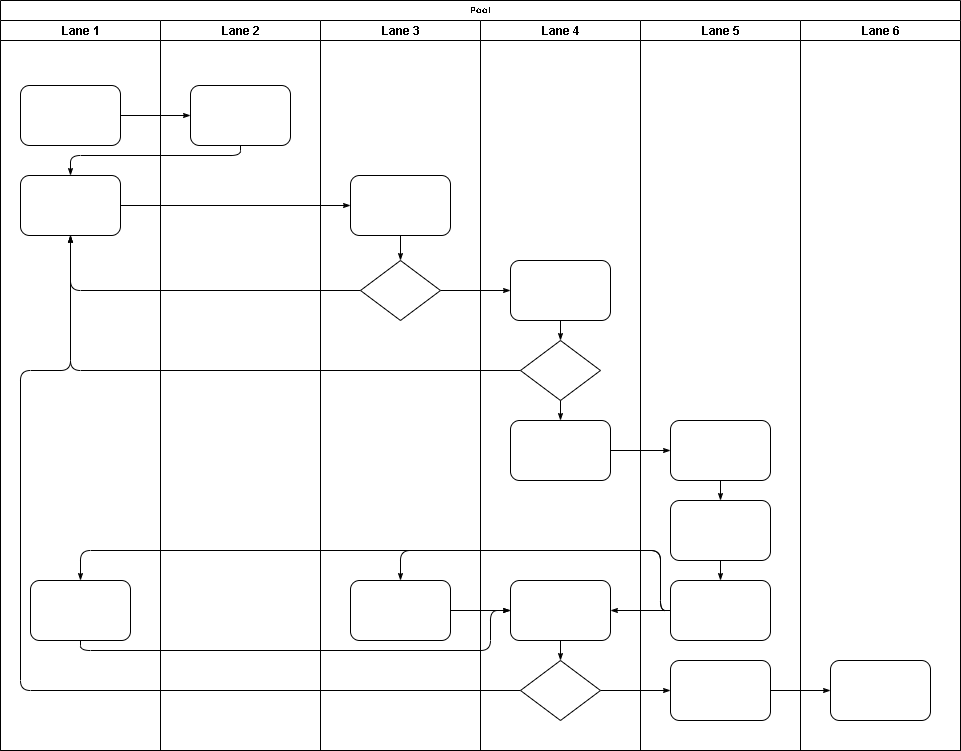
Before: replaywatchers.png, a diagram exported from draw.io (troke12/mikrotik). Source tidied: cells renumbered, new cells last; positions are measured from the earlier drawing's top-left corner, leaving out a move shared by most shapes. The source it was exported from:
```xml
<mxGraphModel background="#ffffff">
  <root>
    <mxCell id="0" />
    <mxCell id="1" parent="0" />
    <mxCell id="2" value="Pool" style="swimlane;html=1;startSize=20;rounded=0;shadow=0;labelBackgroundColor=none;strokeWidth=1;fontFamily=Verdana;fontSize=8;align=center;" parent="1" vertex="1">
      <mxGeometry width="960" height="750" as="geometry" />
    </mxCell>
    <mxCell id="3" value="Lane 1" style="swimlane;html=1;startSize=20;" parent="2" vertex="1">
      <mxGeometry y="20" width="160" height="730" as="geometry" />
    </mxCell>
    <mxCell id="4" style="rounded=1;whiteSpace=wrap;html=1;shadow=0;labelBackgroundColor=none;strokeWidth=1;fontFamily=Verdana;fontSize=8;align=center;" parent="3" vertex="1">
      <mxGeometry x="20" y="65" width="100" height="60" as="geometry" />
    </mxCell>
    <mxCell id="5" style="rounded=1;whiteSpace=wrap;html=1;shadow=0;labelBackgroundColor=none;strokeWidth=1;fontFamily=Verdana;fontSize=8;align=center;" parent="3" vertex="1">
      <mxGeometry x="20" y="155" width="100" height="60" as="geometry" />
    </mxCell>
    <mxCell id="6" style="rounded=1;whiteSpace=wrap;html=1;shadow=0;labelBackgroundColor=none;strokeWidth=1;fontFamily=Verdana;fontSize=8;align=center;" parent="3" vertex="1">
      <mxGeometry x="30" y="560" width="100" height="60" as="geometry" />
    </mxCell>
    <mxCell id="7" style="edgeStyle=orthogonalEdgeStyle;rounded=1;html=1;labelBackgroundColor=none;startArrow=none;startFill=0;startSize=5;endArrow=classicThin;endFill=1;endSize=5;jettySize=auto;strokeWidth=1;fontFamily=Verdana;fontSize=8;" parent="2" edge="1" source="4" target="23">
      <mxGeometry relative="1" as="geometry" />
    </mxCell>
    <mxCell id="8" style="edgeStyle=orthogonalEdgeStyle;rounded=1;html=1;labelBackgroundColor=none;startArrow=none;startFill=0;startSize=5;endArrow=classicThin;endFill=1;endSize=5;jettySize=auto;strokeWidth=1;fontFamily=Verdana;fontSize=8;" parent="2" edge="1" source="23" target="5">
      <mxGeometry relative="1" as="geometry">
        <Array as="points">
          <mxPoint x="240" y="155" />
          <mxPoint x="70" y="155" />
        </Array>
      </mxGeometry>
    </mxCell>
    <mxCell id="9" style="edgeStyle=orthogonalEdgeStyle;rounded=1;html=1;labelBackgroundColor=none;startArrow=none;startFill=0;startSize=5;endArrow=classicThin;endFill=1;endSize=5;jettySize=auto;strokeWidth=1;fontFamily=Verdana;fontSize=8;" parent="2" edge="1" source="5" target="25">
      <mxGeometry relative="1" as="geometry" />
    </mxCell>
    <mxCell id="10" style="edgeStyle=orthogonalEdgeStyle;rounded=1;html=1;labelBackgroundColor=none;startArrow=none;startFill=0;startSize=5;endArrow=classicThin;endFill=1;endSize=5;jettySize=auto;strokeWidth=1;fontFamily=Verdana;fontSize=8;" parent="2" edge="1" source="26" target="5">
      <mxGeometry relative="1" as="geometry" />
    </mxCell>
    <mxCell id="11" style="edgeStyle=orthogonalEdgeStyle;rounded=1;html=1;labelBackgroundColor=none;startArrow=none;startFill=0;startSize=5;endArrow=classicThin;endFill=1;endSize=5;jettySize=auto;strokeWidth=1;fontFamily=Verdana;fontSize=8;" parent="2" edge="1" source="31" target="5">
      <mxGeometry relative="1" as="geometry" />
    </mxCell>
    <mxCell id="12" style="edgeStyle=orthogonalEdgeStyle;rounded=1;html=1;labelBackgroundColor=none;startArrow=none;startFill=0;startSize=5;endArrow=classicThin;endFill=1;endSize=5;jettySize=auto;strokeWidth=1;fontFamily=Verdana;fontSize=8;" parent="2" edge="1" source="34" target="5">
      <mxGeometry relative="1" as="geometry">
        <Array as="points">
          <mxPoint x="20" y="690" />
          <mxPoint x="20" y="370" />
          <mxPoint x="70" y="370" />
        </Array>
      </mxGeometry>
    </mxCell>
    <mxCell id="13" style="edgeStyle=orthogonalEdgeStyle;rounded=1;html=1;labelBackgroundColor=none;startArrow=none;startFill=0;startSize=5;endArrow=classicThin;endFill=1;endSize=5;jettySize=auto;strokeWidth=1;fontFamily=Verdana;fontSize=8;" parent="2" edge="1" source="26" target="30">
      <mxGeometry relative="1" as="geometry" />
    </mxCell>
    <mxCell id="14" style="edgeStyle=orthogonalEdgeStyle;rounded=1;html=1;labelBackgroundColor=none;startArrow=none;startFill=0;startSize=5;endArrow=classicThin;endFill=1;endSize=5;jettySize=auto;strokeWidth=1;fontFamily=Verdana;fontSize=8;" parent="2" edge="1" source="34" target="42">
      <mxGeometry relative="1" as="geometry" />
    </mxCell>
    <mxCell id="15" style="edgeStyle=orthogonalEdgeStyle;rounded=1;html=1;labelBackgroundColor=none;startArrow=none;startFill=0;startSize=5;endArrow=classicThin;endFill=1;endSize=5;jettySize=auto;strokeWidth=1;fontFamily=Verdana;fontSize=8;" parent="2" edge="1" source="42" target="46">
      <mxGeometry relative="1" as="geometry" />
    </mxCell>
    <mxCell id="16" style="edgeStyle=orthogonalEdgeStyle;rounded=1;html=1;labelBackgroundColor=none;startArrow=none;startFill=0;startSize=5;endArrow=classicThin;endFill=1;endSize=5;jettySize=auto;strokeWidth=1;fontFamily=Verdana;fontSize=8;" parent="2" edge="1" source="32" target="39">
      <mxGeometry relative="1" as="geometry" />
    </mxCell>
    <mxCell id="17" style="edgeStyle=orthogonalEdgeStyle;rounded=1;html=1;labelBackgroundColor=none;startArrow=none;startFill=0;startSize=5;endArrow=classicThin;endFill=1;endSize=5;jettySize=auto;strokeWidth=1;fontFamily=Verdana;fontSize=8;" parent="2" edge="1" source="41" target="27">
      <mxGeometry relative="1" as="geometry">
        <Array as="points">
          <mxPoint x="660" y="610" />
          <mxPoint x="660" y="550" />
          <mxPoint x="400" y="550" />
        </Array>
      </mxGeometry>
    </mxCell>
    <mxCell id="18" style="edgeStyle=orthogonalEdgeStyle;rounded=1;html=1;labelBackgroundColor=none;startArrow=none;startFill=0;startSize=5;endArrow=classicThin;endFill=1;endSize=5;jettySize=auto;strokeColor=#000000;strokeWidth=1;fontFamily=Verdana;fontSize=8;fontColor=#000000;" parent="2" edge="1" source="41" target="33">
      <mxGeometry relative="1" as="geometry" />
    </mxCell>
    <mxCell id="19" style="edgeStyle=orthogonalEdgeStyle;rounded=1;html=1;labelBackgroundColor=none;startArrow=none;startFill=0;startSize=5;endArrow=classicThin;endFill=1;endSize=5;jettySize=auto;strokeWidth=1;fontFamily=Verdana;fontSize=8;" parent="2" edge="1" source="41" target="6">
      <mxGeometry relative="1" as="geometry">
        <Array as="points">
          <mxPoint x="660" y="610" />
          <mxPoint x="660" y="550" />
          <mxPoint x="80" y="550" />
        </Array>
      </mxGeometry>
    </mxCell>
    <mxCell id="20" style="edgeStyle=orthogonalEdgeStyle;rounded=1;html=1;labelBackgroundColor=none;startArrow=none;startFill=0;startSize=5;endArrow=classicThin;endFill=1;endSize=5;jettySize=auto;strokeWidth=1;fontFamily=Verdana;fontSize=8;" parent="2" edge="1" source="6" target="33">
      <mxGeometry relative="1" as="geometry">
        <Array as="points">
          <mxPoint x="80" y="650" />
          <mxPoint x="490" y="650" />
          <mxPoint x="490" y="610" />
        </Array>
      </mxGeometry>
    </mxCell>
    <mxCell id="21" style="edgeStyle=orthogonalEdgeStyle;rounded=1;html=1;labelBackgroundColor=none;startArrow=none;startFill=0;startSize=5;endArrow=classicThin;endFill=1;endSize=5;jettySize=auto;strokeWidth=1;fontFamily=Verdana;fontSize=8;" parent="2" edge="1" source="27" target="33">
      <mxGeometry relative="1" as="geometry" />
    </mxCell>
    <mxCell id="22" value="Lane 2" style="swimlane;html=1;startSize=20;" parent="2" vertex="1">
      <mxGeometry x="160" y="20" width="160" height="730" as="geometry" />
    </mxCell>
    <mxCell id="23" style="rounded=1;whiteSpace=wrap;html=1;shadow=0;labelBackgroundColor=none;strokeWidth=1;fontFamily=Verdana;fontSize=8;align=center;" parent="22" vertex="1">
      <mxGeometry x="30" y="65" width="100" height="60" as="geometry" />
    </mxCell>
    <mxCell id="24" value="Lane 3" style="swimlane;html=1;startSize=20;" parent="2" vertex="1">
      <mxGeometry x="320" y="20" width="160" height="730" as="geometry" />
    </mxCell>
    <mxCell id="25" style="rounded=1;whiteSpace=wrap;html=1;shadow=0;labelBackgroundColor=none;strokeWidth=1;fontFamily=Verdana;fontSize=8;align=center;" parent="24" vertex="1">
      <mxGeometry x="30" y="155" width="100" height="60" as="geometry" />
    </mxCell>
    <mxCell id="26" style="rhombus;whiteSpace=wrap;html=1;rounded=0;shadow=0;labelBackgroundColor=none;strokeWidth=1;fontFamily=Verdana;fontSize=8;align=center;" parent="24" vertex="1">
      <mxGeometry x="40" y="240" width="80" height="60" as="geometry" />
    </mxCell>
    <mxCell id="27" style="rounded=1;whiteSpace=wrap;html=1;shadow=0;labelBackgroundColor=none;strokeWidth=1;fontFamily=Verdana;fontSize=8;align=center;" parent="24" vertex="1">
      <mxGeometry x="30" y="560" width="100" height="60" as="geometry" />
    </mxCell>
    <mxCell id="28" style="edgeStyle=orthogonalEdgeStyle;rounded=1;html=1;labelBackgroundColor=none;startArrow=none;startFill=0;startSize=5;endArrow=classicThin;endFill=1;endSize=5;jettySize=auto;strokeWidth=1;fontFamily=Verdana;fontSize=8;" parent="24" edge="1" source="25" target="26">
      <mxGeometry relative="1" as="geometry" />
    </mxCell>
    <mxCell id="29" value="Lane 4" style="swimlane;html=1;startSize=20;" parent="2" vertex="1">
      <mxGeometry x="480" y="20" width="160" height="730" as="geometry" />
    </mxCell>
    <mxCell id="30" style="rounded=1;whiteSpace=wrap;html=1;shadow=0;labelBackgroundColor=none;strokeWidth=1;fontFamily=Verdana;fontSize=8;align=center;" parent="29" vertex="1">
      <mxGeometry x="30" y="240" width="100" height="60" as="geometry" />
    </mxCell>
    <mxCell id="31" style="rhombus;whiteSpace=wrap;html=1;rounded=0;shadow=0;labelBackgroundColor=none;strokeWidth=1;fontFamily=Verdana;fontSize=8;align=center;" parent="29" vertex="1">
      <mxGeometry x="40" y="320" width="80" height="60" as="geometry" />
    </mxCell>
    <mxCell id="32" style="rounded=1;whiteSpace=wrap;html=1;shadow=0;labelBackgroundColor=none;strokeWidth=1;fontFamily=Verdana;fontSize=8;align=center;" parent="29" vertex="1">
      <mxGeometry x="30" y="400" width="100" height="60" as="geometry" />
    </mxCell>
    <mxCell id="33" style="rounded=1;whiteSpace=wrap;html=1;shadow=0;labelBackgroundColor=none;strokeWidth=1;fontFamily=Verdana;fontSize=8;align=center;" parent="29" vertex="1">
      <mxGeometry x="30" y="560" width="100" height="60" as="geometry" />
    </mxCell>
    <mxCell id="34" style="rhombus;whiteSpace=wrap;html=1;rounded=0;shadow=0;labelBackgroundColor=none;strokeWidth=1;fontFamily=Verdana;fontSize=8;align=center;" parent="29" vertex="1">
      <mxGeometry x="40" y="640" width="80" height="60" as="geometry" />
    </mxCell>
    <mxCell id="35" style="edgeStyle=orthogonalEdgeStyle;rounded=1;html=1;labelBackgroundColor=none;startArrow=none;startFill=0;startSize=5;endArrow=classicThin;endFill=1;endSize=5;jettySize=auto;strokeColor=#000000;strokeWidth=1;fontFamily=Verdana;fontSize=8;fontColor=#000000;" parent="29" edge="1" source="30" target="31">
      <mxGeometry relative="1" as="geometry" />
    </mxCell>
    <mxCell id="36" style="edgeStyle=orthogonalEdgeStyle;rounded=1;html=1;labelBackgroundColor=none;startArrow=none;startFill=0;startSize=5;endArrow=classicThin;endFill=1;endSize=5;jettySize=auto;strokeWidth=1;fontFamily=Verdana;fontSize=8;" parent="29" edge="1" source="31" target="32">
      <mxGeometry relative="1" as="geometry" />
    </mxCell>
    <mxCell id="37" style="edgeStyle=orthogonalEdgeStyle;rounded=1;html=1;labelBackgroundColor=none;startArrow=none;startFill=0;startSize=5;endArrow=classicThin;endFill=1;endSize=5;jettySize=auto;strokeWidth=1;fontFamily=Verdana;fontSize=8;" parent="29" edge="1" source="33" target="34">
      <mxGeometry relative="1" as="geometry" />
    </mxCell>
    <mxCell id="38" value="Lane 5" style="swimlane;html=1;startSize=20;" parent="2" vertex="1">
      <mxGeometry x="640" y="20" width="160" height="730" as="geometry" />
    </mxCell>
    <mxCell id="39" style="rounded=1;whiteSpace=wrap;html=1;shadow=0;labelBackgroundColor=none;strokeWidth=1;fontFamily=Verdana;fontSize=8;align=center;" parent="38" vertex="1">
      <mxGeometry x="30" y="400" width="100" height="60" as="geometry" />
    </mxCell>
    <mxCell id="40" style="rounded=1;whiteSpace=wrap;html=1;shadow=0;labelBackgroundColor=none;strokeWidth=1;fontFamily=Verdana;fontSize=8;align=center;" parent="38" vertex="1">
      <mxGeometry x="30" y="480" width="100" height="60" as="geometry" />
    </mxCell>
    <mxCell id="41" style="rounded=1;whiteSpace=wrap;html=1;shadow=0;labelBackgroundColor=none;strokeWidth=1;fontFamily=Verdana;fontSize=8;align=center;" parent="38" vertex="1">
      <mxGeometry x="30" y="560" width="100" height="60" as="geometry" />
    </mxCell>
    <mxCell id="42" style="rounded=1;whiteSpace=wrap;html=1;shadow=0;labelBackgroundColor=none;strokeWidth=1;fontFamily=Verdana;fontSize=8;align=center;" parent="38" vertex="1">
      <mxGeometry x="30" y="640" width="100" height="60" as="geometry" />
    </mxCell>
    <mxCell id="43" style="edgeStyle=orthogonalEdgeStyle;rounded=1;html=1;labelBackgroundColor=none;startArrow=none;startFill=0;startSize=5;endArrow=classicThin;endFill=1;endSize=5;jettySize=auto;strokeWidth=1;fontFamily=Verdana;fontSize=8;" parent="38" edge="1" source="39" target="40">
      <mxGeometry relative="1" as="geometry" />
    </mxCell>
    <mxCell id="44" style="edgeStyle=orthogonalEdgeStyle;rounded=1;html=1;labelBackgroundColor=none;startArrow=none;startFill=0;startSize=5;endArrow=classicThin;endFill=1;endSize=5;jettySize=auto;strokeWidth=1;fontFamily=Verdana;fontSize=8;" parent="38" edge="1" source="40" target="41">
      <mxGeometry relative="1" as="geometry" />
    </mxCell>
    <mxCell id="45" value="Lane 6" style="swimlane;html=1;startSize=20;" parent="2" vertex="1">
      <mxGeometry x="800" y="20" width="160" height="730" as="geometry" />
    </mxCell>
    <mxCell id="46" style="rounded=1;whiteSpace=wrap;html=1;shadow=0;labelBackgroundColor=none;strokeWidth=1;fontFamily=Verdana;fontSize=8;align=center;" parent="45" vertex="1">
      <mxGeometry x="30" y="640" width="100" height="60" as="geometry" />
    </mxCell>
  </root>
</mxGraphModel>
```
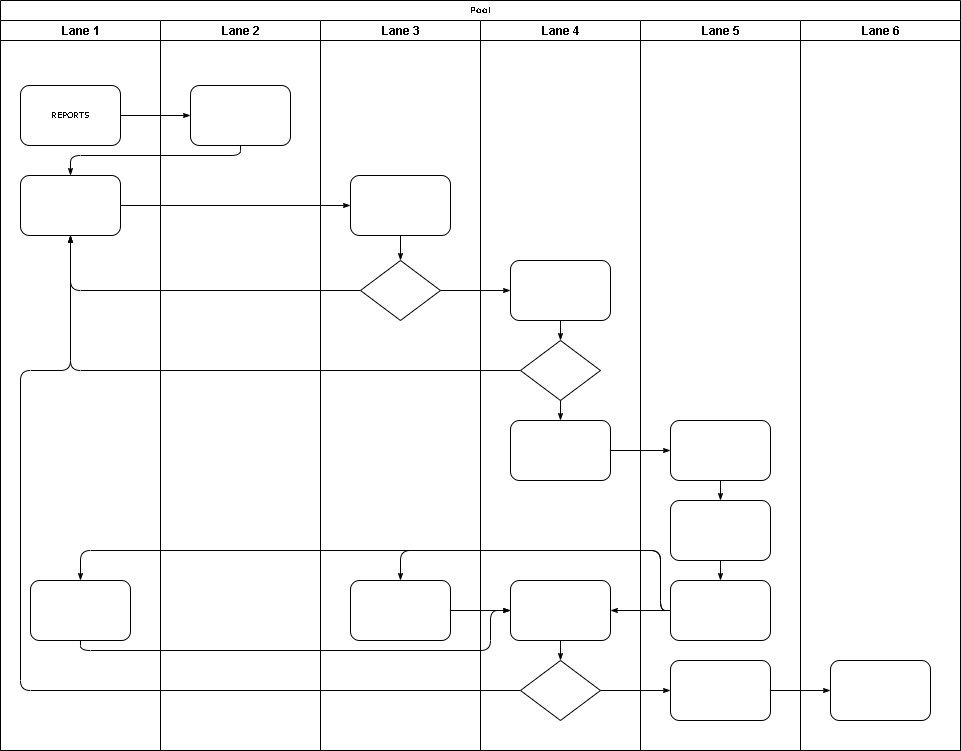
Above is the later version.

Diff of the diagram source:
```diff
@@ -8,7 +8,7 @@
     <mxCell id="3" value="Lane 1" style="swimlane;html=1;startSize=20;" parent="2" vertex="1">
       <mxGeometry y="20" width="160" height="730" as="geometry" />
     </mxCell>
-    <mxCell id="4" style="rounded=1;whiteSpace=wrap;html=1;shadow=0;labelBackgroundColor=none;strokeWidth=1;fontFamily=Verdana;fontSize=8;align=center;" parent="3" vertex="1">
+    <mxCell id="4" value="REPORTS" style="rounded=1;whiteSpace=wrap;html=1;shadow=0;labelBackgroundColor=none;strokeWidth=1;fontFamily=Verdana;fontSize=8;align=center;" parent="3" vertex="1">
       <mxGeometry x="20" y="65" width="100" height="60" as="geometry" />
     </mxCell>
     <mxCell id="5" style="rounded=1;whiteSpace=wrap;html=1;shadow=0;labelBackgroundColor=none;strokeWidth=1;fontFamily=Verdana;fontSize=8;align=center;" parent="3" vertex="1">
```
